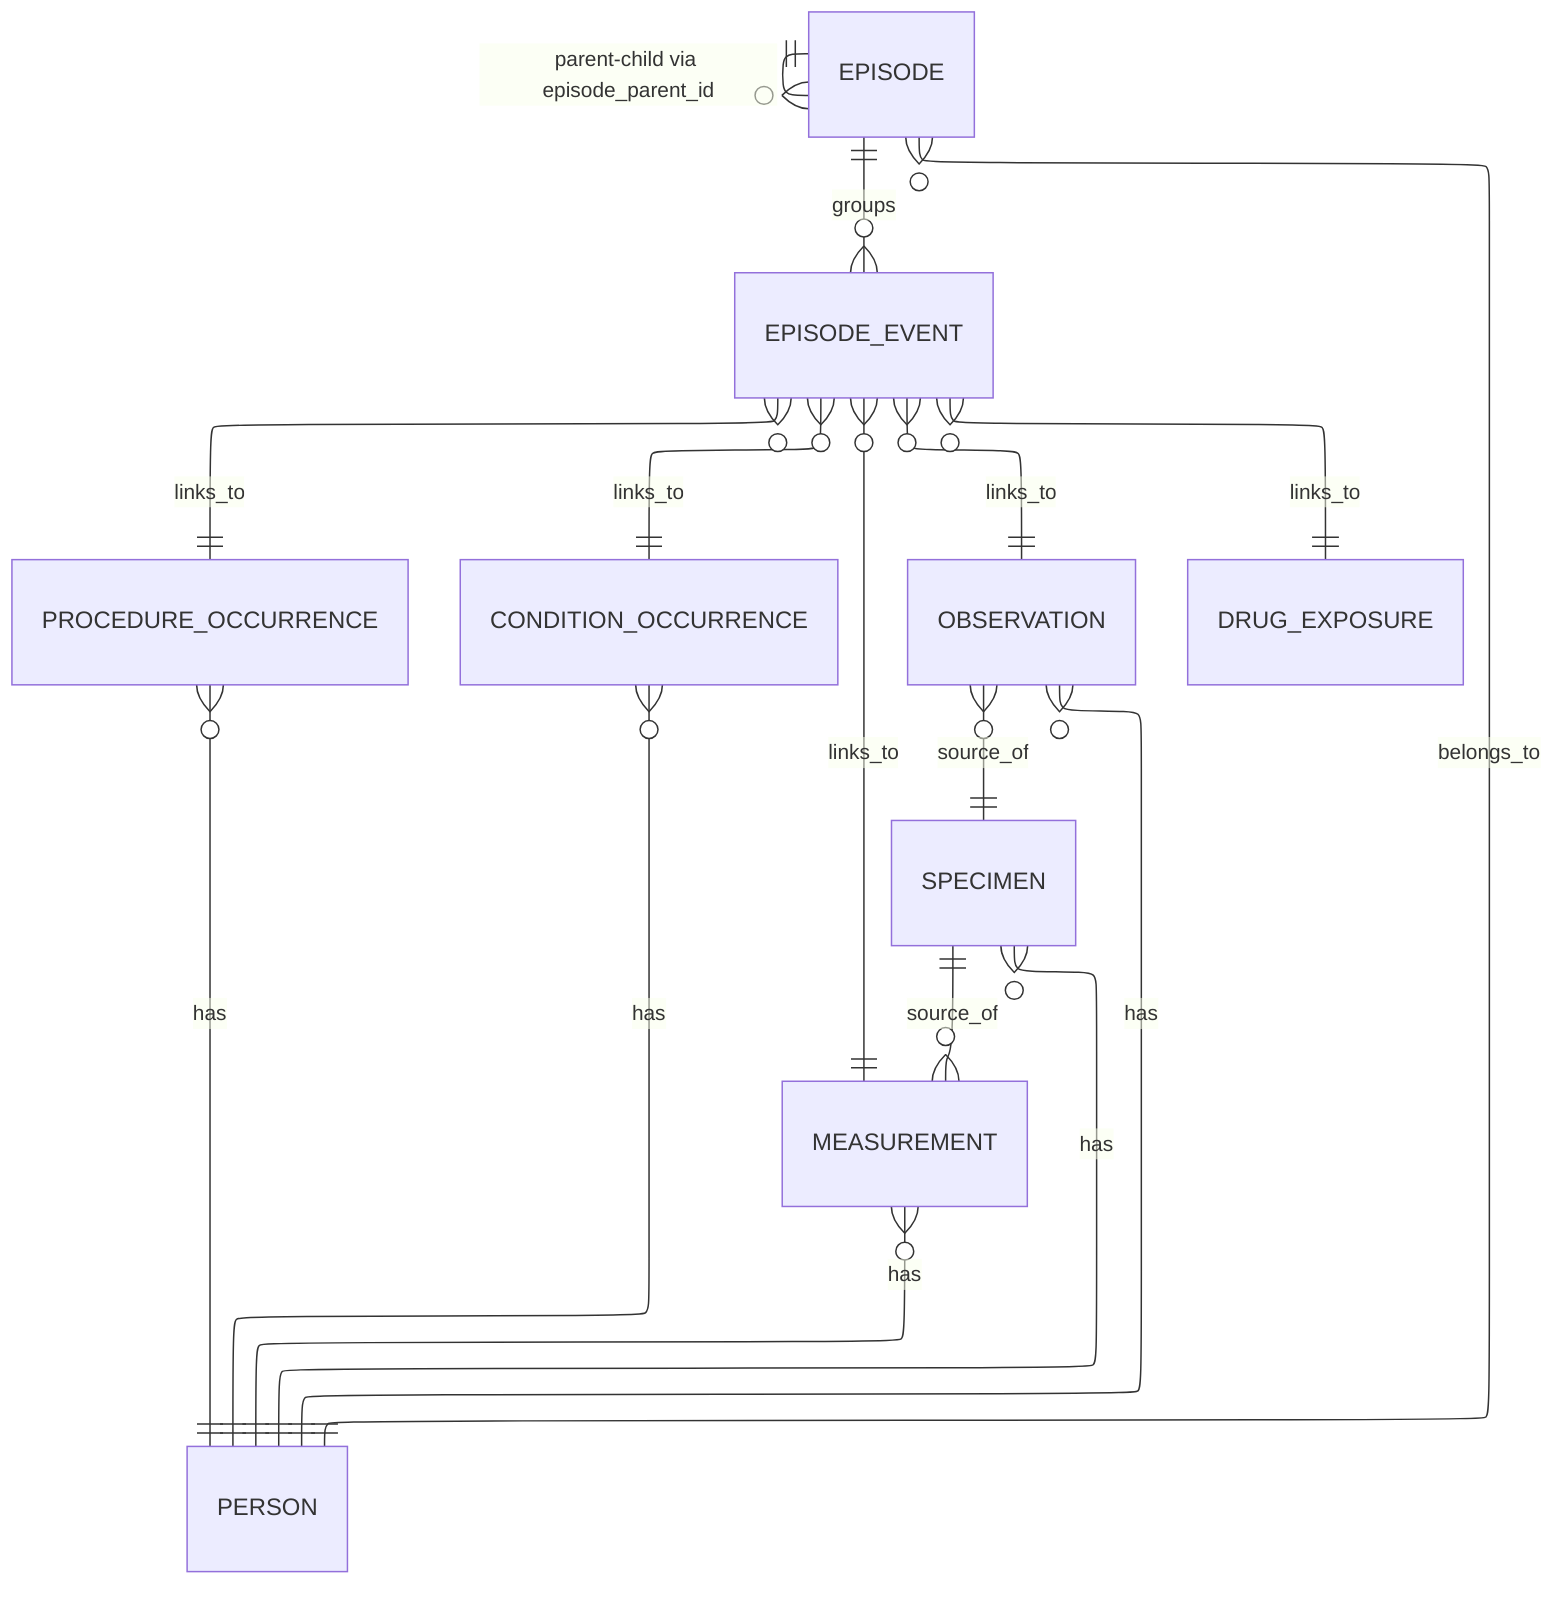
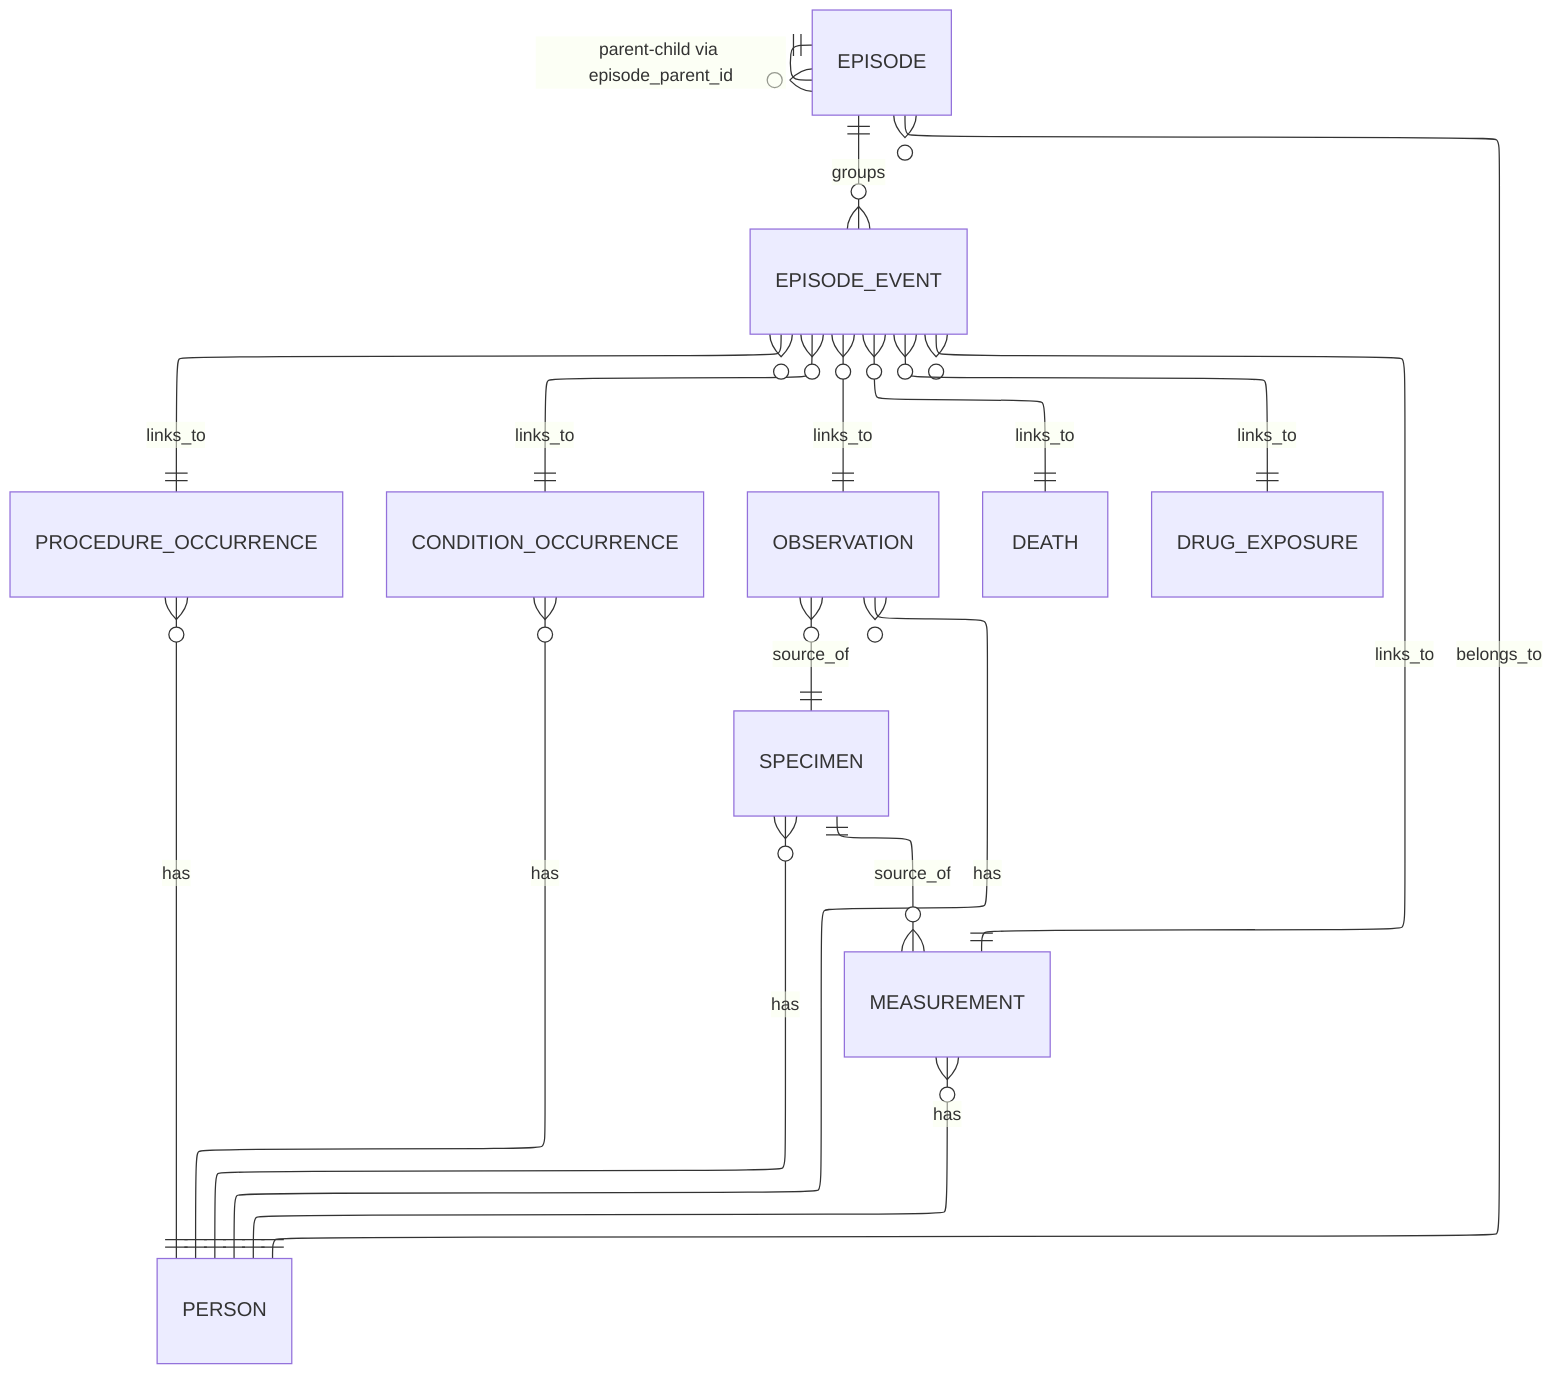
---
config:
  layout: elk
  elk:
    nodePlacementStrategy: BRANDES_KOEPF
---

erDiagram

  PERSON

  %% ========= Episode as Cancer Case =========


  %% ========= Relationships =========

  %% Person to facts
  %% PERSON ||--o{ EPISODE : has
  EPISODE }o--|| PERSON : belongs_to
  %% PERSON ||--o{ MEASUREMENT : has
  MEASUREMENT }o--|| PERSON : has
  %% PERSON ||--o{ PROCEDURE_OCCURRENCE : has
  PROCEDURE_OCCURRENCE }o--|| PERSON : has
  %% PERSON ||--o{ CONDITION_OCCURRENCE : has
  CONDITION_OCCURRENCE }o--|| PERSON : has
  %% PERSON ||--o{ OBSERVATION : has
  OBSERVATION }o--|| PERSON : has
  %% PERSON ||--o{ SPECIMEN : has
  SPECIMEN }o--|| PERSON : has

+   %% DEATH }o--|| PERSON : has
+ 
  %% Episode to EpisodeEvent
  EPISODE ||--o{ EPISODE_EVENT : groups

  EPISODE_EVENT }o--|| CONDITION_OCCURRENCE : links_to
  %% CONDITION_OCCURRENCE ||--o{ EPISODE_EVENT : links_to
  EPISODE_EVENT }o--|| OBSERVATION : links_to
  %% OBSERVATION ||--o{ EPISODE_EVENT : links_to
  EPISODE_EVENT }o--|| MEASUREMENT : links_to
  %% MEASUREMENT ||--o{ EPISODE_EVENT : links_to
  EPISODE_EVENT }o--|| PROCEDURE_OCCURRENCE : links_to
  %% PROCEDURE_OCCURRENCE ||--o{ EPISODE_EVENT : links_to
+   EPISODE_EVENT }o--|| DEATH : links_to
+ 
+ 
+   %% EPISODE_EVENT }o--|| LOCATION : links_to

  EPISODE_EVENT }o--|| DRUG_EXPOSURE : links_to

  %% Optional: sub-episodes (e.g., recurrence, treatment courses)
  EPISODE ||--o{ EPISODE : "parent-child via episode_parent_id"

  %% Optional: facts tied to a specimen (e.g., pathology/genomics)
  SPECIMEN ||--o{ MEASUREMENT : source_of
  %% MEASUREMENT }o--|| SPECIMEN : source_of
  %% SPECIMEN ||--o{ OBSERVATION : source_of
  OBSERVATION }o--|| SPECIMEN : source_of